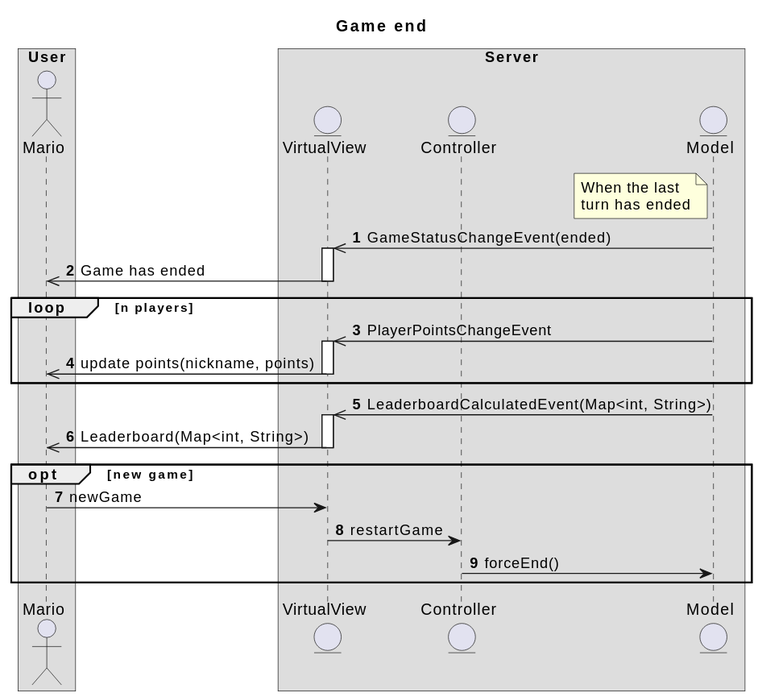
The PlantUML diagram UML/Sequence Diagram/out/gameEnd.svg in BiscottiBiscottati/IS24-AM11, before a commit. Its diagram source:
```plantuml
@startuml
autonumber

box User
actor Mario
end box

box Server
entity VirtualView
entity Controller
entity Model
end box

title Game end

note left of Model
    When the last
    turn has ended
end note

Model ->> VirtualView: GameStatusChangeEvent(ended)
activate VirtualView

VirtualView ->> Mario: Game has ended
deactivate VirtualView

loop n players
    Model ->> VirtualView: PlayerPointsChangeEvent
    activate VirtualView

    VirtualView ->> Mario: update points(nickname, points)
    deactivate VirtualView
end

Model ->> VirtualView: LeaderboardCalculatedEvent(Map<int, String>)
activate VirtualView

VirtualView ->> Mario: Leaderboard(Map<int, String>)
deactivate VirtualView

opt new game
    Mario -> VirtualView: newGame
    VirtualView -> Controller: restartGame
    Controller -> Model: forceEnd()
end
deactivate Mario
deactivate VirtualView
@enduml
```
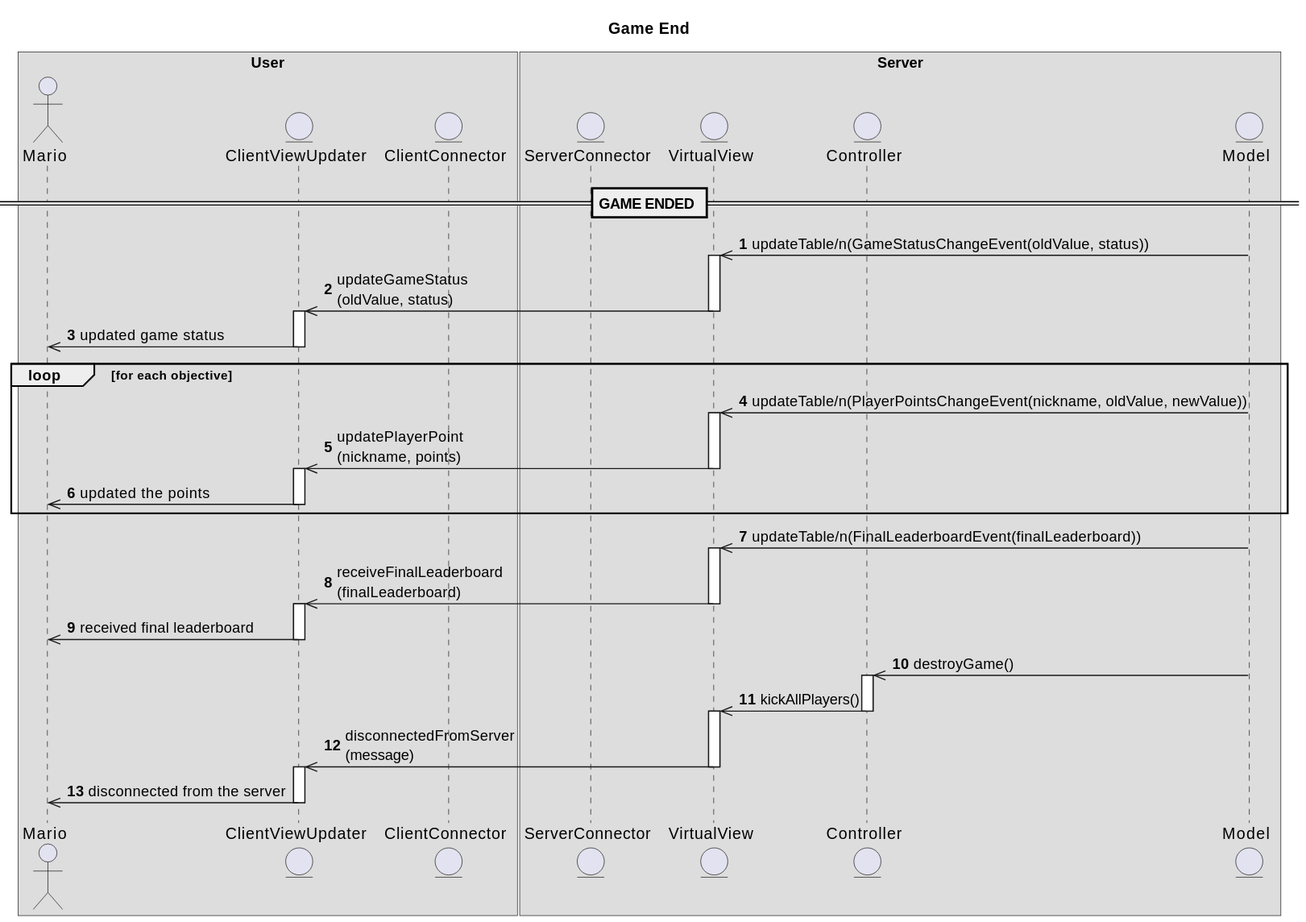
Later version of the same file.

Commit message:
update on sequence diagram outputs

Diff of the diagram source:
```diff
@@ -1,48 +1,67 @@
 @startuml
+
 autonumber
+
+title Game End
 
 box User
 actor Mario
+entity ClientViewUpdater
+entity ClientConnector
 end box
 
 box Server
+entity ServerConnector
 entity VirtualView
 entity Controller
 entity Model
 end box
 
-title Game end
+== GAME ENDED ==
 
-note left of Model
-    When the last
-    turn has ended
-end note
-
-Model ->> VirtualView: GameStatusChangeEvent(ended)
+Model->>VirtualView: updateTable/n(GameStatusChangeEvent(oldValue, status))
 activate VirtualView
 
-VirtualView ->> Mario: Game has ended
+VirtualView ->> ClientViewUpdater: updateGameStatus\n(oldValue, status)
 deactivate VirtualView
+activate ClientViewUpdater
 
-loop n players
-    Model ->> VirtualView: PlayerPointsChangeEvent
+ClientViewUpdater ->> Mario: updated game status
+deactivate ClientViewUpdater
+
+loop for each objective
+    Model->>VirtualView: updateTable/n(PlayerPointsChangeEvent(nickname, oldValue, newValue))
     activate VirtualView
 
-    VirtualView ->> Mario: update points(nickname, points)
+    VirtualView ->> ClientViewUpdater: updatePlayerPoint\n(nickname, points)
     deactivate VirtualView
+    activate ClientViewUpdater
+
+    ClientViewUpdater ->> Mario: updated the points
+    deactivate ClientViewUpdater
 end
 
-Model ->> VirtualView: LeaderboardCalculatedEvent(Map<int, String>)
+Model->>VirtualView: updateTable/n(FinalLeaderboardEvent(finalLeaderboard))
 activate VirtualView
 
-VirtualView ->> Mario: Leaderboard(Map<int, String>)
+VirtualView ->> ClientViewUpdater: receiveFinalLeaderboard\n(finalLeaderboard)
 deactivate VirtualView
+activate ClientViewUpdater
 
-opt new game
-    Mario -> VirtualView: newGame
-    VirtualView -> Controller: restartGame
-    Controller -> Model: forceEnd()
-end
-deactivate Mario
+ClientViewUpdater ->> Mario: received final leaderboard
+deactivate ClientViewUpdater
+
+Model->>Controller: destroyGame()
+activate Controller
+
+Controller->>VirtualView: kickAllPlayers()
+deactivate Controller
+activate VirtualView
+
+VirtualView ->> ClientViewUpdater: disconnectedFromServer\n(message)
 deactivate VirtualView
+activate ClientViewUpdater
+
+ClientViewUpdater ->> Mario: disconnected from the server
+deactivate ClientViewUpdater
 @enduml
```
